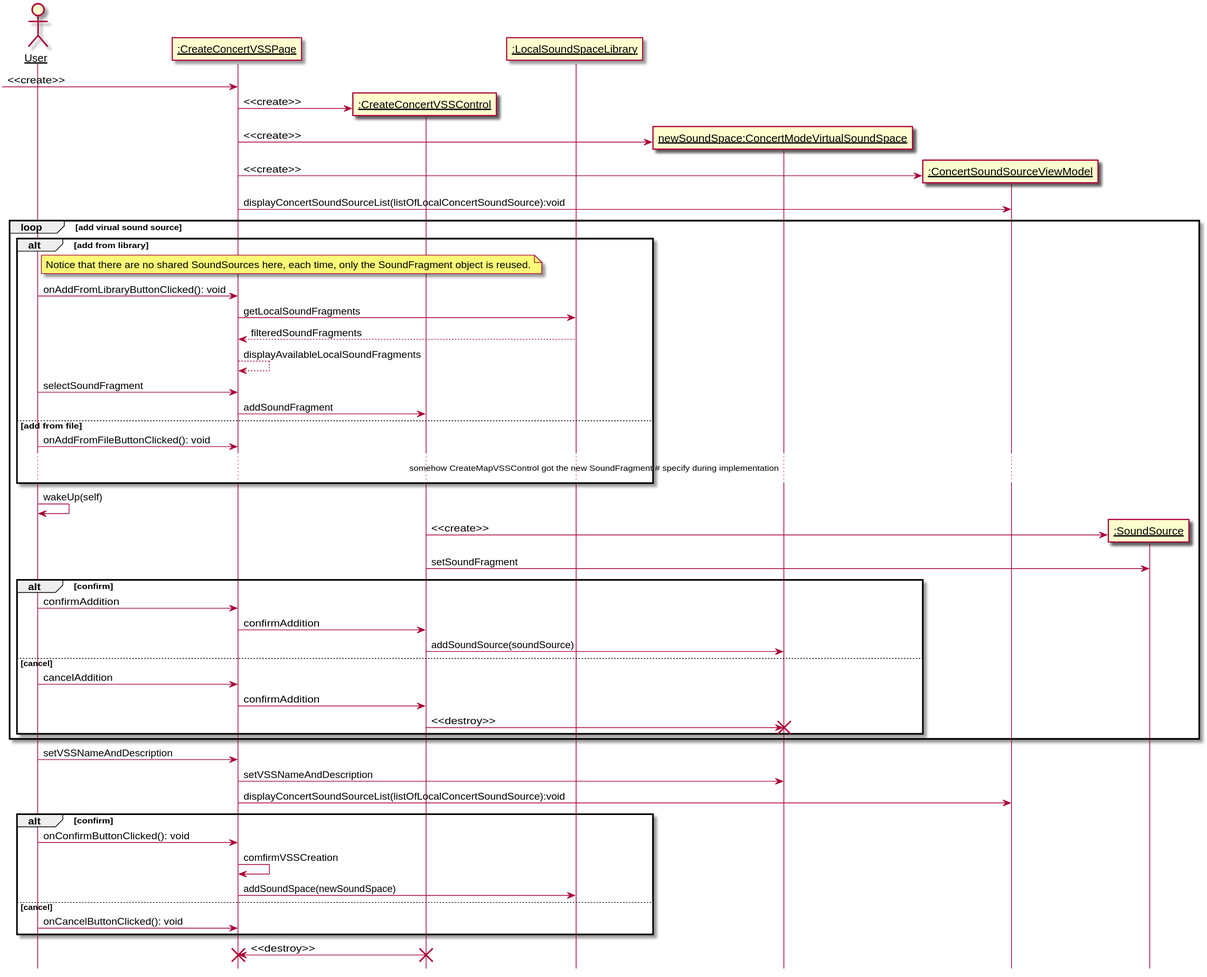
This is 设计/Diagrams/CreateConcertModeVSS.svg from kpp19920121/doc, a PlantUML export, as it was before one commit.
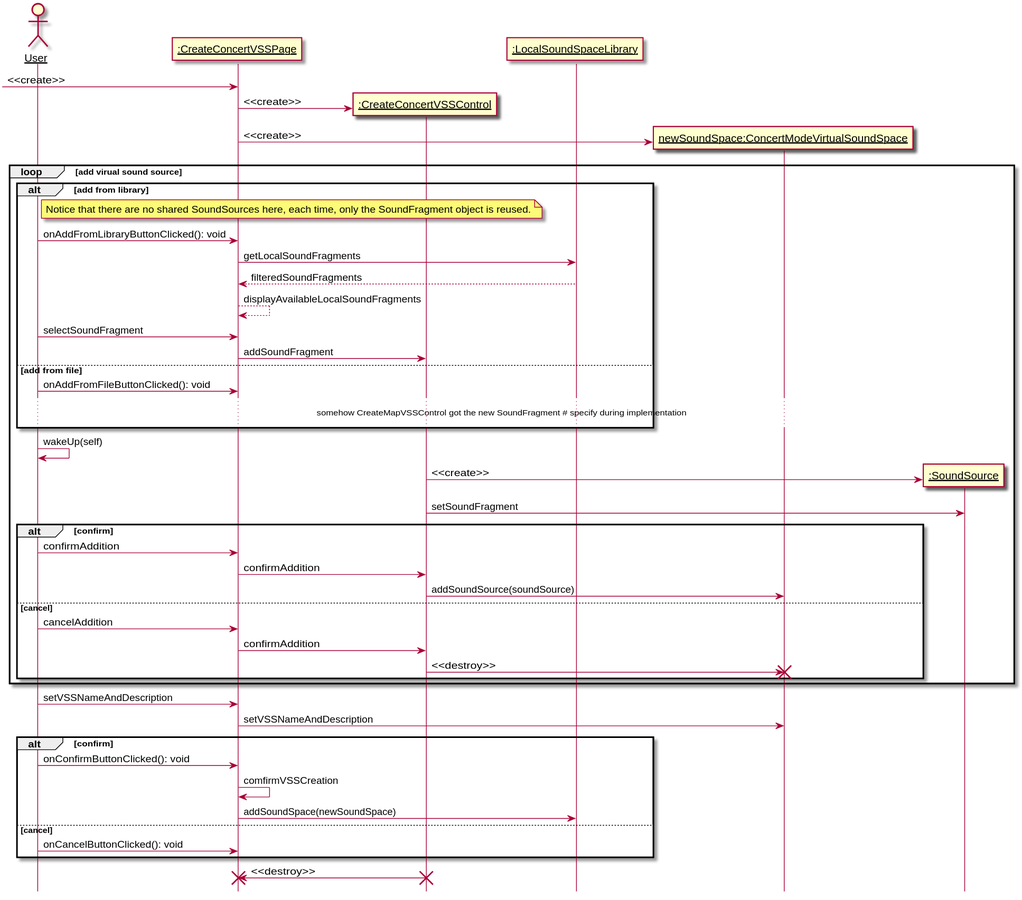
After the commit.

Change to the diagram source:
```diff
@@ -8,7 +8,6 @@
 participant ":CreateConcertVSSControl" as createcontrol
 participant ":LocalSoundSpaceLibrary" as library
 participant "newSoundSpace:ConcertModeVirtualSoundSpace" as newspace
-participant ":ConcertSoundSourceViewModel" as cssvm
 
 create createboundary
 -> createboundary: <<create>>
@@ -16,9 +15,6 @@
 createboundary -> createcontrol: <<create>>
 create newspace
 createboundary -> newspace: <<create>>
-create cssvm
-createboundary -> cssvm: <<create>>
-createboundary -> cssvm: displayConcertSoundSourceList(listOfLocalConcertSoundSource):void
 
 loop add virual sound source
     alt add from library
@@ -54,7 +50,6 @@
 end
 user -> createboundary: setVSSNameAndDescription
 createboundary -> newspace: setVSSNameAndDescription
-createboundary -> cssvm: displayConcertSoundSourceList(listOfLocalConcertSoundSource):void
 alt confirm
     user -> createboundary: onConfirmButtonClicked(): void
     createboundary -> createboundary: comfirmVSSCreation
```
